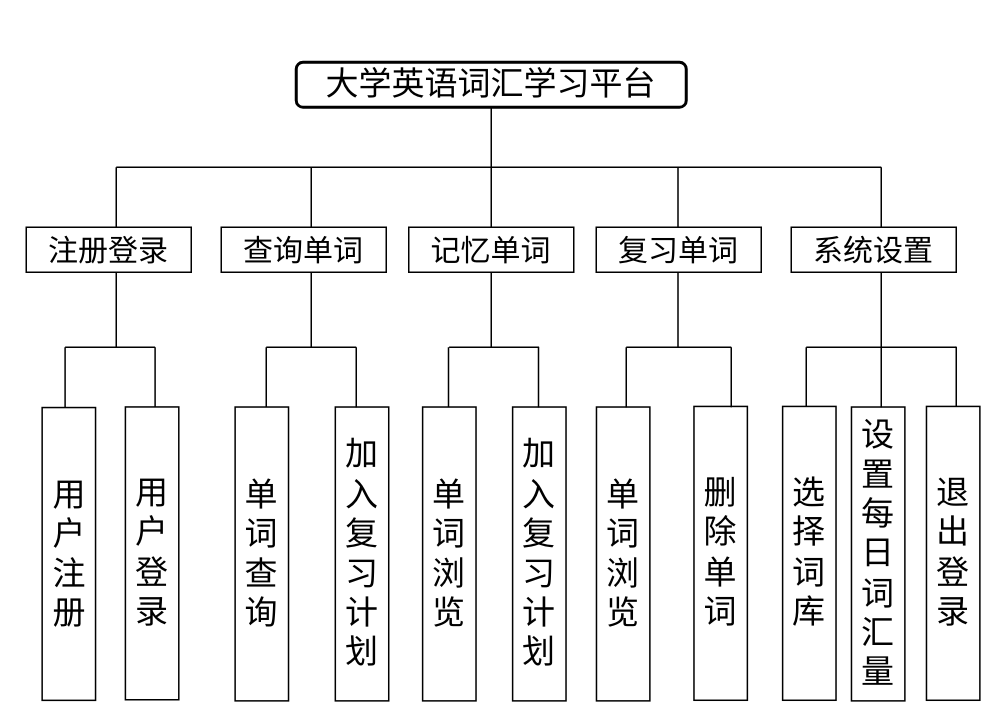
The draw.io diagram page "Page-1" (1 of 9) of 功能模块图.drawio in 13593227471/HelloGitHub, before the edit. Source tidied: cells renumbered, new cells numbered last; positions are measured from the earlier drawing's top-left corner, leaving out a move shared by most shapes. Both pictures are drawn from the tidied source at 150%, with x=0, y=0 at pixel (-78, 62).
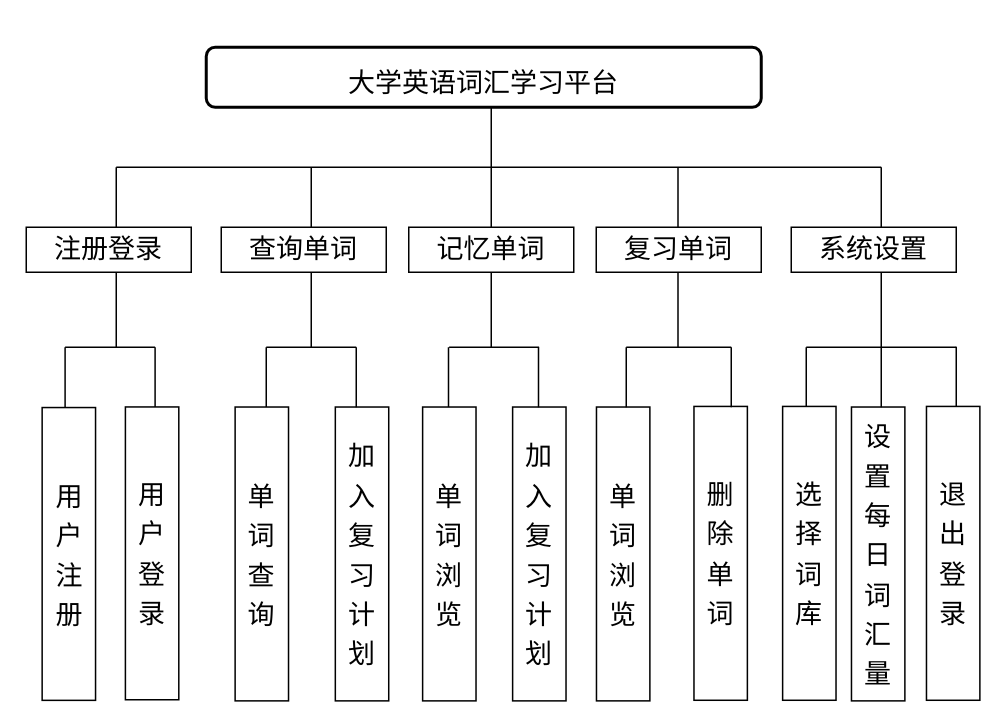
After the change.

Commit message:
更新功能模块图.drawio

Diff of the diagram source:
```diff
@@
-    <mxCell id="2" value="&lt;font style=&quot;font-size: 22px;&quot;&gt;&lt;br&gt;&lt;span&gt;大学英语词汇学习平台&lt;/span&gt;&lt;br&gt;&lt;br&gt;&lt;/font&gt;" style="whiteSpace=wrap;html=1;rounded=1;shadow=0;comic=0;strokeWidth=2;fontFamily=Verdana;align=center;fontSize=12;fontStyle=0;" parent="1" vertex="1">
-      <mxGeometry x="249" width="260" height="30" as="geometry" />
+    <mxCell id="2" value="&lt;font style=&quot;&quot;&gt;&lt;font style=&quot;font-size: 18px;&quot;&gt;&lt;br&gt;大学英语词汇学习平台&lt;br&gt;&lt;/font&gt;&lt;br&gt;&lt;/font&gt;" style="whiteSpace=wrap;html=1;rounded=1;shadow=0;comic=0;strokeWidth=2;fontFamily=Verdana;align=center;fontSize=12;fontStyle=0;" parent="1" vertex="1">
+      <mxGeometry x="189" y="-10" width="370" height="40" as="geometry" />
     </mxCell>
@@
-    <mxCell id="8" value="&lt;font style=&quot;font-size: 20px;&quot;&gt;注册登录&lt;/font&gt;" style="rounded=0;whiteSpace=wrap;html=1;fontSize=16;" parent="1" vertex="1">
+    <mxCell id="8" value="&lt;font style=&quot;font-size: 18px;&quot;&gt;注册登录&lt;/font&gt;" style="rounded=0;whiteSpace=wrap;html=1;fontSize=16;" parent="1" vertex="1">
       <mxGeometry x="69" y="110" width="110" height="30" as="geometry" />
     </mxCell>
@@
-    <mxCell id="13" value="&lt;font style=&quot;font-size: 20px;&quot;&gt;查询单词&lt;/font&gt;" style="rounded=0;whiteSpace=wrap;html=1;fontSize=16;" parent="1" vertex="1">
+    <mxCell id="13" value="&lt;font style=&quot;font-size: 18px;&quot;&gt;查询单词&lt;/font&gt;" style="rounded=0;whiteSpace=wrap;html=1;fontSize=16;" parent="1" vertex="1">
       <mxGeometry x="199" y="110" width="110" height="30" as="geometry" />
     </mxCell>
@@
-    <mxCell id="15" value="&lt;font style=&quot;font-size: 20px;&quot;&gt;记忆单词&lt;/font&gt;" style="rounded=0;whiteSpace=wrap;html=1;fontSize=16;" parent="1" vertex="1">
+    <mxCell id="15" value="&lt;font style=&quot;font-size: 18px;&quot;&gt;记忆单词&lt;/font&gt;" style="rounded=0;whiteSpace=wrap;html=1;fontSize=16;" parent="1" vertex="1">
       <mxGeometry x="324" y="110" width="110" height="30" as="geometry" />
     </mxCell>
@@
-    <mxCell id="17" value="&lt;font style=&quot;font-size: 20px;&quot;&gt;复习单词&lt;/font&gt;" style="rounded=0;whiteSpace=wrap;html=1;fontSize=16;" parent="1" vertex="1">
+    <mxCell id="17" value="&lt;font style=&quot;font-size: 18px;&quot;&gt;复习单词&lt;/font&gt;" style="rounded=0;whiteSpace=wrap;html=1;fontSize=16;" parent="1" vertex="1">
       <mxGeometry x="449" y="110" width="110" height="30" as="geometry" />
     </mxCell>
@@
-    <mxCell id="19" value="&lt;font style=&quot;font-size: 20px;&quot;&gt;系统设置&lt;/font&gt;" style="rounded=0;whiteSpace=wrap;html=1;fontSize=16;" parent="1" vertex="1">
+    <mxCell id="19" value="&lt;font style=&quot;font-size: 18px;&quot;&gt;系统设置&lt;/font&gt;" style="rounded=0;whiteSpace=wrap;html=1;fontSize=16;" parent="1" vertex="1">
       <mxGeometry x="579" y="110" width="110" height="30" as="geometry" />
     </mxCell>
@@
-    <mxCell id="21" value="&lt;font style=&quot;font-size: 22px;&quot;&gt;用户登录&lt;/font&gt;" style="rounded=0;whiteSpace=wrap;html=1;fontSize=22;horizontal=0;verticalAlign=middle;rotation=90;" parent="1" vertex="1">
+    <mxCell id="21" value="&lt;font style=&quot;font-size: 18px;&quot;&gt;用户登录&lt;/font&gt;" style="rounded=0;whiteSpace=wrap;html=1;fontSize=22;horizontal=0;verticalAlign=middle;rotation=90;" parent="1" vertex="1">
       <mxGeometry x="55.3" y="309.6" width="195.2" height="35.6" as="geometry" />
     </mxCell>
@@
-    <mxCell id="23" value="&lt;font style=&quot;font-size: 22px;&quot;&gt;单词查询&lt;br&gt;&lt;/font&gt;" style="rounded=0;whiteSpace=wrap;html=1;fontSize=22;horizontal=0;verticalAlign=middle;rotation=90;" parent="1" vertex="1">
+    <mxCell id="23" value="&lt;font style=&quot;&quot;&gt;&lt;font style=&quot;font-size: 18px;&quot;&gt;单词查询&lt;/font&gt;&lt;br&gt;&lt;/font&gt;" style="rounded=0;whiteSpace=wrap;html=1;fontSize=22;horizontal=0;verticalAlign=middle;rotation=90;" parent="1" vertex="1">
       <mxGeometry x="128.1" y="310" width="195.9" height="35.6" as="geometry" />
     </mxCell>
-    <mxCell id="24" value="&lt;font style=&quot;font-size: 22px;&quot;&gt;加入复习计划&lt;/font&gt;" style="rounded=0;whiteSpace=wrap;html=1;fontSize=22;horizontal=0;verticalAlign=middle;rotation=90;" parent="1" vertex="1">
+    <mxCell id="24" value="&lt;font style=&quot;font-size: 18px;&quot;&gt;加入复习计划&lt;/font&gt;" style="rounded=0;whiteSpace=wrap;html=1;fontSize=22;horizontal=0;verticalAlign=middle;rotation=90;" parent="1" vertex="1">
       <mxGeometry x="194.9" y="310" width="195.9" height="35.6" as="geometry" />
     </mxCell>
@@
-    <mxCell id="27" value="&lt;font style=&quot;font-size: 22px;&quot;&gt;单词浏览&lt;/font&gt;" style="rounded=0;whiteSpace=wrap;html=1;fontSize=22;horizontal=0;verticalAlign=middle;rotation=90;" parent="1" vertex="1">
+    <mxCell id="27" value="&lt;font style=&quot;font-size: 18px;&quot;&gt;单词浏览&lt;/font&gt;" style="rounded=0;whiteSpace=wrap;html=1;fontSize=22;horizontal=0;verticalAlign=middle;rotation=90;" parent="1" vertex="1">
       <mxGeometry x="253.1" y="310" width="195.9" height="35.6" as="geometry" />
     </mxCell>
-    <mxCell id="28" value="&lt;font style=&quot;font-size: 22px;&quot;&gt;加入复习计划&lt;/font&gt;" style="rounded=0;whiteSpace=wrap;html=1;fontSize=22;horizontal=0;verticalAlign=middle;rotation=90;" parent="1" vertex="1">
+    <mxCell id="28" value="&lt;font style=&quot;font-size: 18px;&quot;&gt;加入复习计划&lt;/font&gt;" style="rounded=0;whiteSpace=wrap;html=1;fontSize=22;horizontal=0;verticalAlign=middle;rotation=90;" parent="1" vertex="1">
       <mxGeometry x="313.1" y="310" width="195.9" height="35.6" as="geometry" />
     </mxCell>
@@
-    <mxCell id="30" value="&lt;font style=&quot;font-size: 22px;&quot;&gt;单词浏览&lt;/font&gt;" style="rounded=0;whiteSpace=wrap;html=1;fontSize=22;horizontal=0;verticalAlign=middle;rotation=90;" parent="1" vertex="1">
+    <mxCell id="30" value="&lt;font style=&quot;font-size: 18px;&quot;&gt;单词浏览&lt;/font&gt;" style="rounded=0;whiteSpace=wrap;html=1;fontSize=22;horizontal=0;verticalAlign=middle;rotation=90;" parent="1" vertex="1">
       <mxGeometry x="369" y="310" width="195.9" height="35.6" as="geometry" />
     </mxCell>
-    <mxCell id="31" value="删除单词" style="rounded=0;whiteSpace=wrap;html=1;fontSize=22;horizontal=0;verticalAlign=middle;rotation=90;" parent="1" vertex="1">
+    <mxCell id="31" value="&lt;font style=&quot;font-size: 18px;&quot;&gt;删除单词&lt;/font&gt;" style="rounded=0;whiteSpace=wrap;html=1;fontSize=22;horizontal=0;verticalAlign=middle;rotation=90;" parent="1" vertex="1">
       <mxGeometry x="434" y="309.6" width="195.9" height="35.6" as="geometry" />
     </mxCell>
@@
-    <mxCell id="34" value="&lt;font style=&quot;font-size: 22px;&quot;&gt;选择词库&lt;/font&gt;" style="rounded=0;whiteSpace=wrap;html=1;fontSize=22;horizontal=0;verticalAlign=middle;rotation=90;" parent="1" vertex="1">
+    <mxCell id="34" value="&lt;font style=&quot;font-size: 18px;&quot;&gt;选择词库&lt;/font&gt;" style="rounded=0;whiteSpace=wrap;html=1;fontSize=22;horizontal=0;verticalAlign=middle;rotation=90;" parent="1" vertex="1">
       <mxGeometry x="493.1" y="309.6" width="195.9" height="35.6" as="geometry" />
     </mxCell>
-    <mxCell id="35" value="&lt;font style=&quot;font-size: 22px;&quot;&gt;退出登录&lt;/font&gt;" style="rounded=0;whiteSpace=wrap;html=1;fontSize=22;horizontal=0;verticalAlign=middle;rotation=90;" parent="1" vertex="1">
+    <mxCell id="35" value="&lt;font style=&quot;font-size: 18px;&quot;&gt;退出登录&lt;/font&gt;" style="rounded=0;whiteSpace=wrap;html=1;fontSize=22;horizontal=0;verticalAlign=middle;rotation=90;" parent="1" vertex="1">
       <mxGeometry x="589" y="309.6" width="195.9" height="35.6" as="geometry" />
     </mxCell>
-    <mxCell id="36" value="&lt;font style=&quot;font-size: 22px;&quot;&gt;设置每日词汇量&lt;br&gt;&lt;/font&gt;" style="rounded=0;whiteSpace=wrap;html=1;fontSize=22;horizontal=0;verticalAlign=middle;rotation=90;" parent="1" vertex="1">
+    <mxCell id="36" value="&lt;font style=&quot;&quot;&gt;&lt;font style=&quot;font-size: 18px;&quot;&gt;设置每日词汇量&lt;/font&gt;&lt;br&gt;&lt;/font&gt;" style="rounded=0;whiteSpace=wrap;html=1;fontSize=22;horizontal=0;verticalAlign=middle;rotation=90;" parent="1" vertex="1">
       <mxGeometry x="539" y="310" width="195.9" height="35.6" as="geometry" />
     </mxCell>
@@
-    <mxCell id="42" value="&lt;font style=&quot;font-size: 22px;&quot;&gt;用户注册&lt;/font&gt;" style="rounded=0;whiteSpace=wrap;html=1;fontSize=22;horizontal=0;verticalAlign=middle;rotation=90;" parent="1" vertex="1">
+    <mxCell id="42" value="&lt;font style=&quot;font-size: 18px;&quot;&gt;用户注册&lt;/font&gt;" style="rounded=0;whiteSpace=wrap;html=1;fontSize=22;horizontal=0;verticalAlign=middle;rotation=90;" parent="1" vertex="1">
       <mxGeometry x="-0.2" y="310" width="195.2" height="35.6" as="geometry" />
     </mxCell>
```
